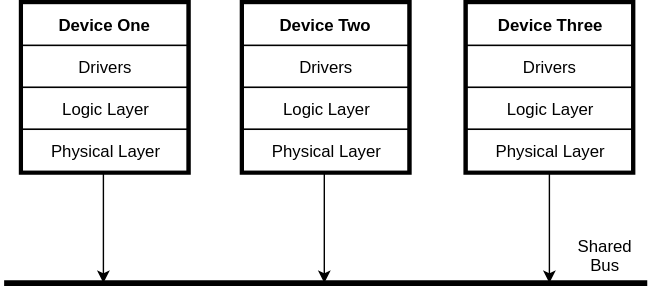
The draw.io diagram images/bus.svg in sabas1080/jacdac, before a commit. Source tidied: cells renumbered, new cells last; positions are measured from the earlier drawing's top-left corner, leaving out a move shared by most shapes.
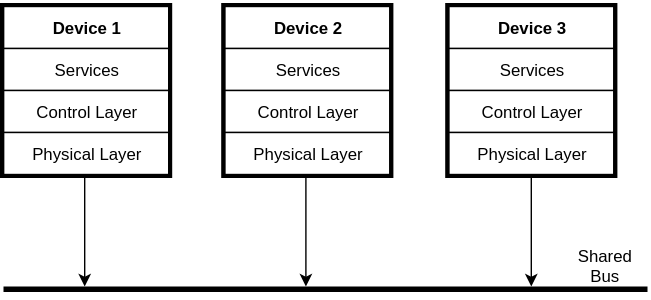
The same diagram one commit later.

Change to the diagram source:
```diff
@@ -5,60 +5,52 @@
     <mxCell id="2" style="group;" parent="1" vertex="1">
       <mxGeometry width="460" height="205" as="geometry" />
     </mxCell>
-    <mxCell id="3" style="line;strokeWidth=4;html=1;perimeter=backbonePerimeter;" parent="2" vertex="1">
-      <mxGeometry y="195" width="460" height="10" as="geometry" />
-    </mxCell>
     <mxCell id="4" style="edgeStyle=orthogonalEdgeStyle;rounded=0;html=1;exitX=0.5;exitY=1;jettySize=auto;orthogonalLoop=1;" parent="2" edge="1">
       <mxGeometry relative="1" as="geometry">
-        <mxPoint x="229" y="120" as="sourcePoint" />
-        <mxPoint x="229" y="200" as="targetPoint" />
+        <mxPoint x="216" y="124" as="sourcePoint" />
+        <mxPoint x="216" y="204" as="targetPoint" />
       </mxGeometry>
     </mxCell>
-    <object id="5" label="Shared Bus&lt;br&gt;" name="Variable" placeholders="1">
-      <mxCell style="text;html=1;strokeColor=none;fillColor=none;align=center;verticalAlign=middle;whiteSpace=wrap;overflow=hidden;" parent="2" vertex="1">
-        <mxGeometry x="400" y="165" width="60" height="30" as="geometry" />
-      </mxCell>
-    </object>
     <mxCell id="6" style="group;strokeColor=#000000;strokeWidth=5;" parent="2" vertex="1">
-      <mxGeometry x="13" width="118" height="120" as="geometry" />
+      <mxGeometry y="4" width="118" height="120" as="geometry" />
     </mxCell>
-    <mxCell id="7" value="&lt;b&gt;Device One&lt;/b&gt;" style="shape=process;whiteSpace=wrap;html=1;backgroundOutline=1;size=0;" parent="6" vertex="1">
+    <mxCell id="7" value="&lt;b&gt;Device 1&lt;/b&gt;" style="shape=process;whiteSpace=wrap;html=1;backgroundOutline=1;size=0;" parent="6" vertex="1">
       <mxGeometry width="118" height="30" as="geometry" />
     </mxCell>
-    <mxCell id="8" value="Drivers" style="shape=process;whiteSpace=wrap;html=1;backgroundOutline=1;size=0;" parent="6" vertex="1">
+    <mxCell id="8" value="Services" style="shape=process;whiteSpace=wrap;html=1;backgroundOutline=1;size=0;" parent="6" vertex="1">
       <mxGeometry y="30" width="118" height="30" as="geometry" />
     </mxCell>
-    <mxCell id="9" value="Logic Layer" style="shape=process;whiteSpace=wrap;html=1;backgroundOutline=1;size=0;" parent="6" vertex="1">
+    <mxCell id="9" value="Control Layer" style="shape=process;whiteSpace=wrap;html=1;backgroundOutline=1;size=0;" parent="6" vertex="1">
       <mxGeometry y="60" width="118" height="30" as="geometry" />
     </mxCell>
     <mxCell id="10" value="Physical Layer" style="shape=process;whiteSpace=wrap;html=1;backgroundOutline=1;size=0;" parent="6" vertex="1">
       <mxGeometry y="90" width="118" height="30" as="geometry" />
     </mxCell>
     <mxCell id="11" style="group;strokeColor=#000000;strokeWidth=5;" parent="2" vertex="1">
-      <mxGeometry x="171" width="118" height="120" as="geometry" />
+      <mxGeometry x="158" y="4" width="118" height="120" as="geometry" />
     </mxCell>
-    <mxCell id="12" value="&lt;b&gt;Device Two&lt;/b&gt;" style="shape=process;whiteSpace=wrap;html=1;backgroundOutline=1;size=0;" parent="11" vertex="1">
+    <mxCell id="12" value="&lt;b&gt;Device 2&lt;/b&gt;" style="shape=process;whiteSpace=wrap;html=1;backgroundOutline=1;size=0;" parent="11" vertex="1">
       <mxGeometry width="118" height="30" as="geometry" />
     </mxCell>
-    <mxCell id="13" value="Drivers" style="shape=process;whiteSpace=wrap;html=1;backgroundOutline=1;size=0;" parent="11" vertex="1">
+    <mxCell id="13" value="Services" style="shape=process;whiteSpace=wrap;html=1;backgroundOutline=1;size=0;" parent="11" vertex="1">
       <mxGeometry y="30" width="118" height="30" as="geometry" />
     </mxCell>
-    <mxCell id="14" value="Logic Layer" style="shape=process;whiteSpace=wrap;html=1;backgroundOutline=1;size=0;" parent="11" vertex="1">
+    <mxCell id="14" value="Control Layer" style="shape=process;whiteSpace=wrap;html=1;backgroundOutline=1;size=0;" parent="11" vertex="1">
       <mxGeometry y="60" width="118" height="30" as="geometry" />
     </mxCell>
     <mxCell id="15" value="Physical Layer" style="shape=process;whiteSpace=wrap;html=1;backgroundOutline=1;size=0;" parent="11" vertex="1">
       <mxGeometry y="90" width="118" height="30" as="geometry" />
     </mxCell>
     <mxCell id="16" style="group;strokeColor=#000000;strokeWidth=5;" parent="2" vertex="1">
-      <mxGeometry x="331" width="118" height="120" as="geometry" />
+      <mxGeometry x="318" y="4" width="118" height="120" as="geometry" />
     </mxCell>
-    <mxCell id="17" value="&lt;b&gt;Device Three&lt;/b&gt;" style="shape=process;whiteSpace=wrap;html=1;backgroundOutline=1;size=0;" parent="16" vertex="1">
+    <mxCell id="17" value="&lt;b&gt;Device 3&lt;/b&gt;" style="shape=process;whiteSpace=wrap;html=1;backgroundOutline=1;size=0;" parent="16" vertex="1">
       <mxGeometry width="118" height="30" as="geometry" />
     </mxCell>
-    <mxCell id="18" value="Drivers" style="shape=process;whiteSpace=wrap;html=1;backgroundOutline=1;size=0;" parent="16" vertex="1">
+    <mxCell id="18" value="Services" style="shape=process;whiteSpace=wrap;html=1;backgroundOutline=1;size=0;" parent="16" vertex="1">
       <mxGeometry y="30" width="118" height="30" as="geometry" />
     </mxCell>
-    <mxCell id="19" value="Logic Layer" style="shape=process;whiteSpace=wrap;html=1;backgroundOutline=1;size=0;" parent="16" vertex="1">
+    <mxCell id="19" value="Control Layer" style="shape=process;whiteSpace=wrap;html=1;backgroundOutline=1;size=0;" parent="16" vertex="1">
       <mxGeometry y="60" width="118" height="30" as="geometry" />
     </mxCell>
     <mxCell id="20" value="Physical Layer" style="shape=process;whiteSpace=wrap;html=1;backgroundOutline=1;size=0;" parent="16" vertex="1">
@@ -66,15 +58,23 @@
     </mxCell>
     <mxCell id="21" style="edgeStyle=orthogonalEdgeStyle;rounded=0;html=1;exitX=0.5;exitY=1;jettySize=auto;orthogonalLoop=1;" parent="2" edge="1">
       <mxGeometry relative="1" as="geometry">
-        <mxPoint x="390" y="120" as="sourcePoint" />
-        <mxPoint x="390" y="200" as="targetPoint" />
+        <mxPoint x="377" y="124" as="sourcePoint" />
+        <mxPoint x="377" y="204" as="targetPoint" />
       </mxGeometry>
     </mxCell>
     <mxCell id="22" style="edgeStyle=orthogonalEdgeStyle;rounded=0;html=1;exitX=0.5;exitY=1;jettySize=auto;orthogonalLoop=1;" parent="2" edge="1">
       <mxGeometry relative="1" as="geometry">
-        <mxPoint x="71" y="120" as="sourcePoint" />
-        <mxPoint x="71" y="200" as="targetPoint" />
+        <mxPoint x="58" y="124" as="sourcePoint" />
+        <mxPoint x="58" y="204" as="targetPoint" />
       </mxGeometry>
     </mxCell>
+    <mxCell id="3" style="line;strokeWidth=4;html=1;perimeter=backbonePerimeter;" parent="1" vertex="1">
+      <mxGeometry y="201" width="460" height="10" as="geometry" />
+    </mxCell>
+    <object id="5" label="Shared Bus&lt;br&gt;" name="Variable" placeholders="1">
+      <mxCell style="text;html=1;strokeColor=none;fillColor=none;align=center;verticalAlign=middle;whiteSpace=wrap;overflow=hidden;" parent="1" vertex="1">
+        <mxGeometry x="400" y="174" width="60" height="30" as="geometry" />
+      </mxCell>
+    </object>
   </root>
 </mxGraphModel>
```
